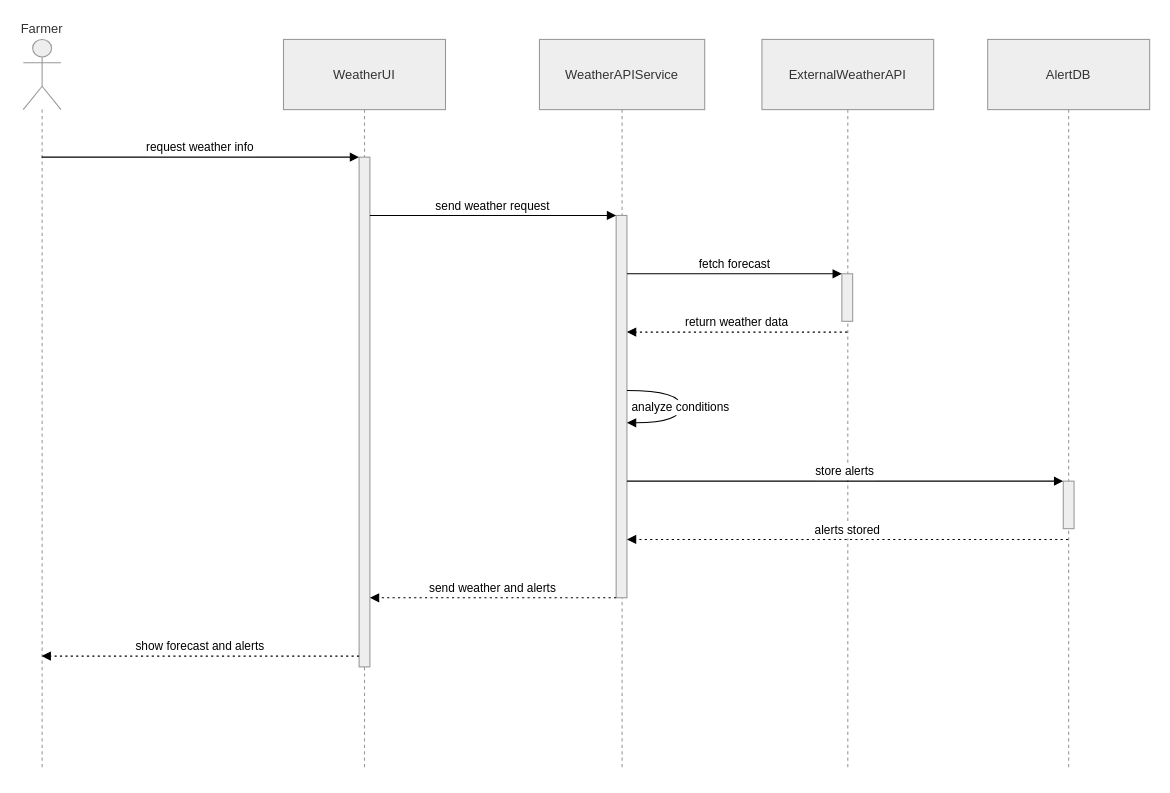
bidur7745/Drawio-Files keeps this draw.io diagram as final/Sequence Diagram for Process 3.0 Weather Monitoring and Alerts.drawio. Above is the earlier version. Source tidied: cells renumbered, new cells numbered last; positions are measured from the earlier drawing's top-left corner, leaving out a move shared by most shapes. Both pictures are drawn from the tidied source at 108%, with x=0, y=0 at pixel (23, 39).
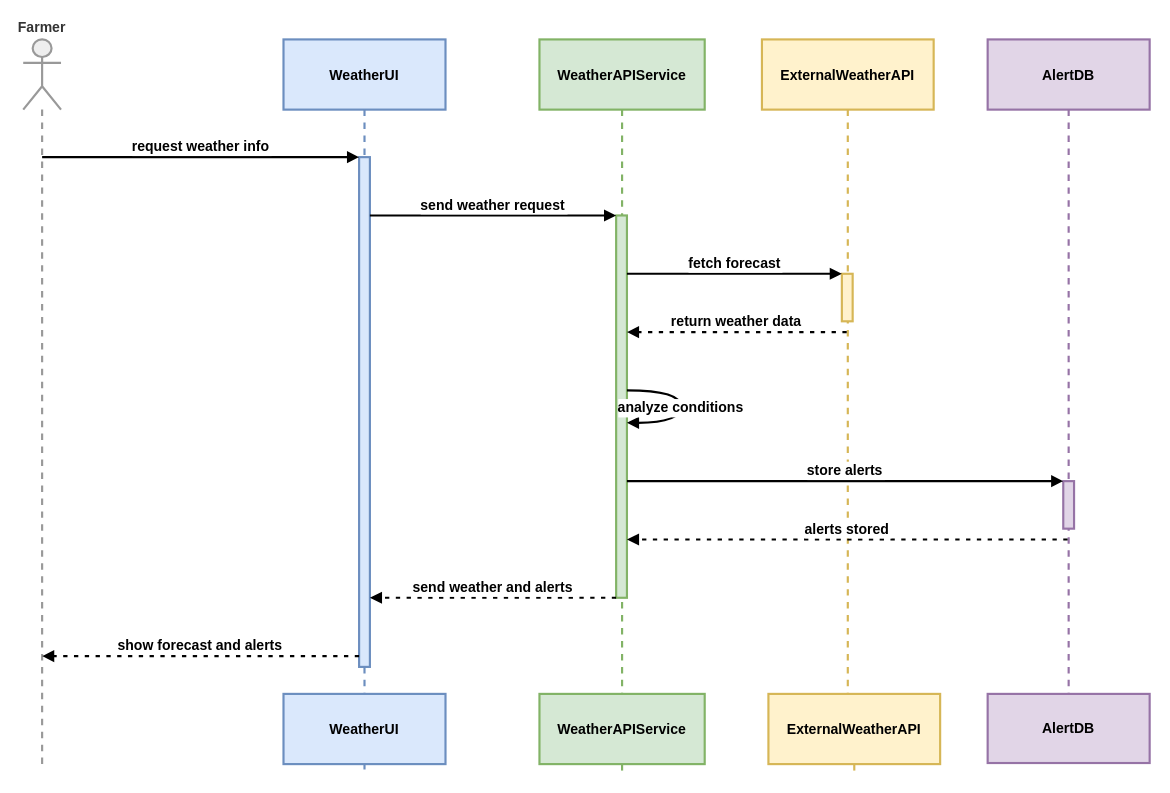
After the change.

Change to the diagram source:
```diff
@@
-    <mxCell id="2" value="Farmer" style="shape=umlLifeline;perimeter=lifelinePerimeter;whiteSpace=wrap;outlineConnect=0;portConstraint=eastwest;newEdgeStyle={&quot;edgeStyle&quot;:&quot;elbowEdgeStyle&quot;,&quot;elbow&quot;:&quot;vertical&quot;,&quot;curved&quot;:0,&quot;rounded&quot;:0};participant=umlActor;verticalAlign=bottom;labelPosition=center;verticalLabelPosition=top;align=center;size=65;fillColor=light-dark(#eeeeee,#1f2020);strokeColor=light-dark(#999999,#cccccc);fontColor=light-dark(#333333,#cccccc);" parent="1" vertex="1">
+    <mxCell id="2" value="Farmer" style="shape=umlLifeline;perimeter=lifelinePerimeter;whiteSpace=wrap;outlineConnect=0;portConstraint=eastwest;newEdgeStyle={&quot;edgeStyle&quot;:&quot;elbowEdgeStyle&quot;,&quot;elbow&quot;:&quot;vertical&quot;,&quot;curved&quot;:0,&quot;rounded&quot;:0};participant=umlActor;verticalAlign=bottom;labelPosition=center;verticalLabelPosition=top;align=center;size=65;fillColor=light-dark(#eeeeee,#1f2020);strokeColor=light-dark(#999999,#cccccc);fontColor=light-dark(#333333,#cccccc);fontSize=13;fontStyle=1;strokeWidth=2;" parent="1" vertex="1">
       <mxGeometry width="35" height="676" as="geometry" />
     </mxCell>
-    <mxCell id="3" value="WeatherUI" style="shape=umlLifeline;perimeter=lifelinePerimeter;whiteSpace=wrap;newEdgeStyle={&quot;edgeStyle&quot;:&quot;elbowEdgeStyle&quot;,&quot;elbow&quot;:&quot;vertical&quot;,&quot;curved&quot;:0,&quot;rounded&quot;:0};size=65;fillColor=light-dark(#eeeeee,#1f2020);strokeColor=light-dark(#999999,#cccccc);fontColor=light-dark(#333333,#cccccc);" parent="1" vertex="1">
+    <mxCell id="3" value="WeatherUI" style="shape=umlLifeline;perimeter=lifelinePerimeter;whiteSpace=wrap;newEdgeStyle={&quot;edgeStyle&quot;:&quot;elbowEdgeStyle&quot;,&quot;elbow&quot;:&quot;vertical&quot;,&quot;curved&quot;:0,&quot;rounded&quot;:0};size=65;fillColor=#dae8fc;strokeColor=#6c8ebf;fontSize=13;fontStyle=1;strokeWidth=2;" parent="1" vertex="1">
       <mxGeometry x="241" width="150" height="676" as="geometry" />
     </mxCell>
-    <mxCell id="4" style="points=[];perimeter=orthogonalPerimeter;outlineConnect=0;targetShapes=umlLifeline;portConstraint=eastwest;newEdgeStyle={&quot;edgeStyle&quot;:&quot;elbowEdgeStyle&quot;,&quot;elbow&quot;:&quot;vertical&quot;,&quot;curved&quot;:0,&quot;rounded&quot;:0};fillColor=light-dark(#eeeeee,#1f2020);strokeColor=light-dark(#999999,#cccccc);fontColor=light-dark(#333333,#cccccc);" parent="3" vertex="1">
+    <mxCell id="4" style="points=[];perimeter=orthogonalPerimeter;outlineConnect=0;targetShapes=umlLifeline;portConstraint=eastwest;newEdgeStyle={&quot;edgeStyle&quot;:&quot;elbowEdgeStyle&quot;,&quot;elbow&quot;:&quot;vertical&quot;,&quot;curved&quot;:0,&quot;rounded&quot;:0};fillColor=#dae8fc;strokeColor=#6c8ebf;fontSize=13;fontStyle=1;strokeWidth=2;" parent="3" vertex="1">
       <mxGeometry x="70" y="109" width="10" height="472" as="geometry" />
     </mxCell>
-    <mxCell id="5" value="WeatherAPIService" style="shape=umlLifeline;perimeter=lifelinePerimeter;whiteSpace=wrap;newEdgeStyle={&quot;edgeStyle&quot;:&quot;elbowEdgeStyle&quot;,&quot;elbow&quot;:&quot;vertical&quot;,&quot;curved&quot;:0,&quot;rounded&quot;:0};size=65;fillColor=light-dark(#eeeeee,#1f2020);strokeColor=light-dark(#999999,#cccccc);fontColor=light-dark(#333333,#cccccc);" parent="1" vertex="1">
+    <mxCell id="5" value="WeatherAPIService" style="shape=umlLifeline;perimeter=lifelinePerimeter;whiteSpace=wrap;newEdgeStyle={&quot;edgeStyle&quot;:&quot;elbowEdgeStyle&quot;,&quot;elbow&quot;:&quot;vertical&quot;,&quot;curved&quot;:0,&quot;rounded&quot;:0};size=65;fillColor=#d5e8d4;strokeColor=#82b366;fontSize=13;fontStyle=1;strokeWidth=2;" parent="1" vertex="1">
       <mxGeometry x="478" width="153" height="676" as="geometry" />
     </mxCell>
-    <mxCell id="6" style="points=[];perimeter=orthogonalPerimeter;outlineConnect=0;targetShapes=umlLifeline;portConstraint=eastwest;newEdgeStyle={&quot;edgeStyle&quot;:&quot;elbowEdgeStyle&quot;,&quot;elbow&quot;:&quot;vertical&quot;,&quot;curved&quot;:0,&quot;rounded&quot;:0};fillColor=light-dark(#eeeeee,#1f2020);strokeColor=light-dark(#999999,#cccccc);fontColor=light-dark(#333333,#cccccc);" parent="5" vertex="1">
+    <mxCell id="6" style="points=[];perimeter=orthogonalPerimeter;outlineConnect=0;targetShapes=umlLifeline;portConstraint=eastwest;newEdgeStyle={&quot;edgeStyle&quot;:&quot;elbowEdgeStyle&quot;,&quot;elbow&quot;:&quot;vertical&quot;,&quot;curved&quot;:0,&quot;rounded&quot;:0};fillColor=#d5e8d4;strokeColor=#82b366;fontSize=13;fontStyle=1;strokeWidth=2;" parent="5" vertex="1">
       <mxGeometry x="71" y="163" width="10" height="354" as="geometry" />
     </mxCell>
-    <mxCell id="7" value="ExternalWeatherAPI" style="shape=umlLifeline;perimeter=lifelinePerimeter;whiteSpace=wrap;outlineConnect=0;portConstraint=eastwest;newEdgeStyle={&quot;edgeStyle&quot;:&quot;elbowEdgeStyle&quot;,&quot;elbow&quot;:&quot;vertical&quot;,&quot;curved&quot;:0,&quot;rounded&quot;:0};size=65;fillColor=light-dark(#eeeeee,#1f2020);strokeColor=light-dark(#999999,#cccccc);fontColor=light-dark(#333333,#cccccc);" parent="1" vertex="1">
+    <mxCell id="7" value="ExternalWeatherAPI" style="shape=umlLifeline;perimeter=lifelinePerimeter;whiteSpace=wrap;outlineConnect=0;portConstraint=eastwest;newEdgeStyle={&quot;edgeStyle&quot;:&quot;elbowEdgeStyle&quot;,&quot;elbow&quot;:&quot;vertical&quot;,&quot;curved&quot;:0,&quot;rounded&quot;:0};size=65;fillColor=#fff2cc;strokeColor=#d6b656;fontSize=13;fontStyle=1;strokeWidth=2;" parent="1" vertex="1">
       <mxGeometry x="684" width="159" height="676" as="geometry" />
     </mxCell>
-    <mxCell id="8" style="points=[];perimeter=orthogonalPerimeter;outlineConnect=0;targetShapes=umlLifeline;portConstraint=eastwest;newEdgeStyle={&quot;edgeStyle&quot;:&quot;elbowEdgeStyle&quot;,&quot;elbow&quot;:&quot;vertical&quot;,&quot;curved&quot;:0,&quot;rounded&quot;:0};fillColor=light-dark(#eeeeee,#1f2020);strokeColor=light-dark(#999999,#cccccc);fontColor=light-dark(#333333,#cccccc);" parent="7" vertex="1">
+    <mxCell id="8" style="points=[];perimeter=orthogonalPerimeter;outlineConnect=0;targetShapes=umlLifeline;portConstraint=eastwest;newEdgeStyle={&quot;edgeStyle&quot;:&quot;elbowEdgeStyle&quot;,&quot;elbow&quot;:&quot;vertical&quot;,&quot;curved&quot;:0,&quot;rounded&quot;:0};fillColor=#fff2cc;strokeColor=#d6b656;fontSize=13;fontStyle=1;strokeWidth=2;" parent="7" vertex="1">
       <mxGeometry x="74" y="217" width="10" height="44" as="geometry" />
     </mxCell>
-    <mxCell id="9" value="AlertDB" style="shape=umlLifeline;perimeter=lifelinePerimeter;whiteSpace=wrap;outlineConnect=0;portConstraint=eastwest;newEdgeStyle={&quot;edgeStyle&quot;:&quot;elbowEdgeStyle&quot;,&quot;elbow&quot;:&quot;vertical&quot;,&quot;curved&quot;:0,&quot;rounded&quot;:0};size=65;fillColor=light-dark(#eeeeee,#1f2020);strokeColor=light-dark(#999999,#cccccc);fontColor=light-dark(#333333,#cccccc);" parent="1" vertex="1">
+    <mxCell id="9" value="AlertDB" style="shape=umlLifeline;perimeter=lifelinePerimeter;whiteSpace=wrap;outlineConnect=0;portConstraint=eastwest;newEdgeStyle={&quot;edgeStyle&quot;:&quot;elbowEdgeStyle&quot;,&quot;elbow&quot;:&quot;vertical&quot;,&quot;curved&quot;:0,&quot;rounded&quot;:0};size=65;fillColor=#e1d5e7;strokeColor=#9673a6;fontSize=13;fontStyle=1;strokeWidth=2;" parent="1" vertex="1">
       <mxGeometry x="893" width="150" height="676" as="geometry" />
     </mxCell>
-    <mxCell id="10" style="points=[];perimeter=orthogonalPerimeter;outlineConnect=0;targetShapes=umlLifeline;portConstraint=eastwest;newEdgeStyle={&quot;edgeStyle&quot;:&quot;elbowEdgeStyle&quot;,&quot;elbow&quot;:&quot;vertical&quot;,&quot;curved&quot;:0,&quot;rounded&quot;:0};fillColor=light-dark(#eeeeee,#1f2020);strokeColor=light-dark(#999999,#cccccc);fontColor=light-dark(#333333,#cccccc);" parent="9" vertex="1">
+    <mxCell id="10" style="points=[];perimeter=orthogonalPerimeter;outlineConnect=0;targetShapes=umlLifeline;portConstraint=eastwest;newEdgeStyle={&quot;edgeStyle&quot;:&quot;elbowEdgeStyle&quot;,&quot;elbow&quot;:&quot;vertical&quot;,&quot;curved&quot;:0,&quot;rounded&quot;:0};fillColor=#e1d5e7;strokeColor=#9673a6;fontSize=13;fontStyle=1;strokeWidth=2;" parent="9" vertex="1">
       <mxGeometry x="70" y="409" width="10" height="44" as="geometry" />
     </mxCell>
-    <mxCell id="11" value="request weather info" style="verticalAlign=bottom;edgeStyle=elbowEdgeStyle;elbow=vertical;curved=0;rounded=0;endArrow=block;" parent="1" edge="1" source="2" target="4">
+    <mxCell id="11" value="request weather info" style="verticalAlign=bottom;edgeStyle=elbowEdgeStyle;elbow=vertical;curved=0;rounded=0;endArrow=block;fontSize=13;fontStyle=1;strokeWidth=2;" parent="1" edge="1" source="2" target="4">
       <mxGeometry relative="1" as="geometry">
         <Array as="points">
           <mxPoint x="204" y="109" />
         </Array>
       </mxGeometry>
     </mxCell>
-    <mxCell id="12" value="send weather request" style="verticalAlign=bottom;edgeStyle=elbowEdgeStyle;elbow=vertical;curved=0;rounded=0;endArrow=block;" parent="1" edge="1" source="4" target="6">
+    <mxCell id="12" value="send weather request" style="verticalAlign=bottom;edgeStyle=elbowEdgeStyle;elbow=vertical;curved=0;rounded=0;endArrow=block;fontSize=13;fontStyle=1;strokeWidth=2;" parent="1" edge="1" source="4" target="6">
       <mxGeometry relative="1" as="geometry">
         <Array as="points">
           <mxPoint x="446" y="163" />
         </Array>
       </mxGeometry>
     </mxCell>
-    <mxCell id="13" value="fetch forecast" style="verticalAlign=bottom;edgeStyle=elbowEdgeStyle;elbow=vertical;curved=0;rounded=0;endArrow=block;" parent="1" edge="1" source="6" target="8">
+    <mxCell id="13" value="fetch forecast" style="verticalAlign=bottom;edgeStyle=elbowEdgeStyle;elbow=vertical;curved=0;rounded=0;endArrow=block;fontSize=13;fontStyle=1;strokeWidth=2;" parent="1" edge="1" source="6" target="8">
       <mxGeometry relative="1" as="geometry">
         <Array as="points">
           <mxPoint x="669" y="217" />
         </Array>
       </mxGeometry>
     </mxCell>
-    <mxCell id="14" value="return weather data" style="verticalAlign=bottom;edgeStyle=elbowEdgeStyle;elbow=vertical;curved=0;rounded=0;dashed=1;dashPattern=2 3;endArrow=block;" parent="1" edge="1" source="7" target="6">
+    <mxCell id="14" value="return weather data" style="verticalAlign=bottom;edgeStyle=elbowEdgeStyle;elbow=vertical;curved=0;rounded=0;dashed=1;dashPattern=2 3;endArrow=block;fontSize=13;fontStyle=1;strokeWidth=2;" parent="1" edge="1" source="7" target="6">
       <mxGeometry relative="1" as="geometry">
         <Array as="points">
           <mxPoint x="670" y="271" />
         </Array>
       </mxGeometry>
     </mxCell>
-    <mxCell id="15" value="analyze conditions" style="curved=1;endArrow=block;rounded=0;" parent="1" edge="1" source="6" target="6">
+    <mxCell id="15" value="analyze conditions" style="curved=1;endArrow=block;rounded=0;fontSize=13;fontStyle=1;strokeWidth=2;" parent="1" edge="1" source="6" target="6">
       <mxGeometry relative="1" as="geometry">
         <Array as="points">
           <mxPoint x="609" y="325" />
           <mxPoint x="609" y="355" />
         </Array>
       </mxGeometry>
     </mxCell>
-    <mxCell id="16" value="store alerts" style="verticalAlign=bottom;edgeStyle=elbowEdgeStyle;elbow=vertical;curved=0;rounded=0;endArrow=block;" parent="1" edge="1" source="6" target="10">
+    <mxCell id="16" value="store alerts" style="verticalAlign=bottom;edgeStyle=elbowEdgeStyle;elbow=vertical;curved=0;rounded=0;endArrow=block;fontSize=13;fontStyle=1;strokeWidth=2;" parent="1" edge="1" source="6" target="10">
       <mxGeometry relative="1" as="geometry">
         <Array as="points">
           <mxPoint x="771" y="409" />
         </Array>
       </mxGeometry>
     </mxCell>
-    <mxCell id="17" value="alerts stored" style="verticalAlign=bottom;edgeStyle=elbowEdgeStyle;elbow=vertical;curved=0;rounded=0;dashed=1;dashPattern=2 3;endArrow=block;" parent="1" edge="1" source="9" target="6">
+    <mxCell id="17" value="alerts stored" style="verticalAlign=bottom;edgeStyle=elbowEdgeStyle;elbow=vertical;curved=0;rounded=0;dashed=1;dashPattern=2 3;endArrow=block;fontSize=13;fontStyle=1;strokeWidth=2;" parent="1" edge="1" source="9" target="6">
       <mxGeometry relative="1" as="geometry">
         <Array as="points">
           <mxPoint x="772" y="463" />
         </Array>
       </mxGeometry>
     </mxCell>
-    <mxCell id="18" value="send weather and alerts" style="verticalAlign=bottom;edgeStyle=elbowEdgeStyle;elbow=vertical;curved=0;rounded=0;dashed=1;dashPattern=2 3;endArrow=block;" parent="1" edge="1" source="6" target="4">
+    <mxCell id="18" value="send weather and alerts" style="verticalAlign=bottom;edgeStyle=elbowEdgeStyle;elbow=vertical;curved=0;rounded=0;dashed=1;dashPattern=2 3;endArrow=block;fontSize=13;fontStyle=1;strokeWidth=2;" parent="1" edge="1" source="6" target="4">
       <mxGeometry relative="1" as="geometry">
         <Array as="points">
           <mxPoint x="447" y="517" />
         </Array>
       </mxGeometry>
     </mxCell>
-    <mxCell id="19" value="show forecast and alerts" style="verticalAlign=bottom;edgeStyle=elbowEdgeStyle;elbow=vertical;curved=0;rounded=0;dashed=1;dashPattern=2 3;endArrow=block;" parent="1" edge="1" source="4" target="2">
+    <mxCell id="19" value="show forecast and alerts" style="verticalAlign=bottom;edgeStyle=elbowEdgeStyle;elbow=vertical;curved=0;rounded=0;dashed=1;dashPattern=2 3;endArrow=block;fontSize=13;fontStyle=1;strokeWidth=2;" parent="1" edge="1" source="4" target="2">
       <mxGeometry relative="1" as="geometry">
         <Array as="points">
           <mxPoint x="205" y="571" />
         </Array>
       </mxGeometry>
     </mxCell>
+    <mxCell id="20" value="WeatherUI" style="shape=umlLifeline;perimeter=lifelinePerimeter;whiteSpace=wrap;newEdgeStyle={&quot;edgeStyle&quot;:&quot;elbowEdgeStyle&quot;,&quot;elbow&quot;:&quot;vertical&quot;,&quot;curved&quot;:0,&quot;rounded&quot;:0};size=65;fillColor=#dae8fc;strokeColor=#6c8ebf;fontSize=13;fontStyle=1;strokeWidth=2;" parent="1" vertex="1">
+      <mxGeometry x="241" y="606" width="150" height="70" as="geometry" />
+    </mxCell>
+    <mxCell id="21" value="WeatherAPIService" style="shape=umlLifeline;perimeter=lifelinePerimeter;whiteSpace=wrap;newEdgeStyle={&quot;edgeStyle&quot;:&quot;elbowEdgeStyle&quot;,&quot;elbow&quot;:&quot;vertical&quot;,&quot;curved&quot;:0,&quot;rounded&quot;:0};size=65;fillColor=#d5e8d4;strokeColor=#82b366;fontSize=13;fontStyle=1;strokeWidth=2;" parent="1" vertex="1">
+      <mxGeometry x="478" y="606" width="153" height="74" as="geometry" />
+    </mxCell>
+    <mxCell id="22" value="ExternalWeatherAPI" style="shape=umlLifeline;perimeter=lifelinePerimeter;whiteSpace=wrap;newEdgeStyle={&quot;edgeStyle&quot;:&quot;elbowEdgeStyle&quot;,&quot;elbow&quot;:&quot;vertical&quot;,&quot;curved&quot;:0,&quot;rounded&quot;:0};size=65;fillColor=#fff2cc;strokeColor=#d6b656;fontSize=13;fontStyle=1;strokeWidth=2;" parent="1" vertex="1">
+      <mxGeometry x="690" y="606" width="159" height="74" as="geometry" />
+    </mxCell>
+    <mxCell id="23" value="AlertDB" style="shape=umlLifeline;perimeter=lifelinePerimeter;whiteSpace=wrap;newEdgeStyle={&quot;edgeStyle&quot;:&quot;elbowEdgeStyle&quot;,&quot;elbow&quot;:&quot;vertical&quot;,&quot;curved&quot;:0,&quot;rounded&quot;:0};size=65;fillColor=#e1d5e7;strokeColor=#9673a6;fontSize=13;fontStyle=1;strokeWidth=2;" parent="1" vertex="1">
+      <mxGeometry x="893" y="606" width="150" height="64" as="geometry" />
+    </mxCell>
```
